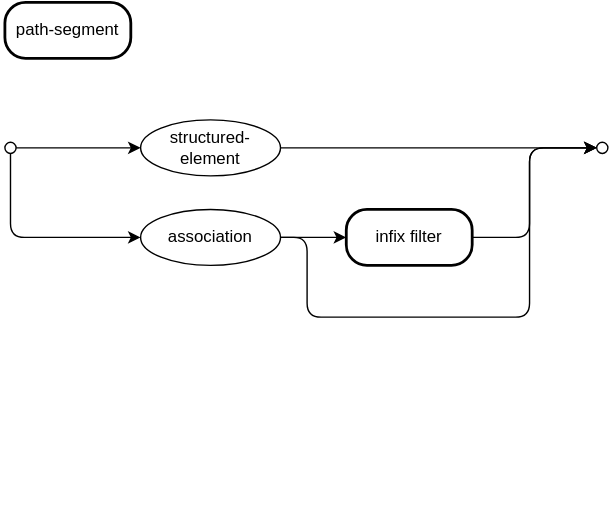
Before: assets/cxl/path-segment.drawio.svg, a diagram exported from draw.io (capire/docs). Source tidied: cells renumbered, new cells last; positions are measured from the earlier drawing's top-left corner, leaving out a move shared by most shapes.
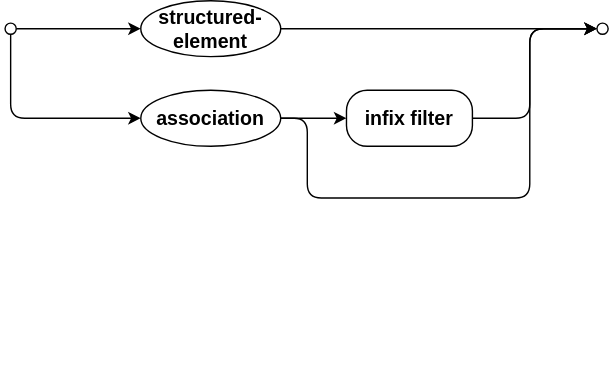
Later version of the same file.

Diff of the diagram source:
```diff
@@ -3,50 +3,47 @@
     <mxCell id="0" />
     <mxCell id="1" parent="0" />
     <mxCell id="2" value="Best viewed with the &lt;a href=&quot;https://github.com/ariel-bentu/tam-drawio&quot;&gt;TAM plugin&lt;/a&gt;" style="text;html=1;shape=tamPluginMissing;" parent="1" vertex="1">
-      <mxGeometry x="115.5" y="336" width="200" height="25" as="geometry" />
+      <mxGeometry x="164" y="336" width="200" height="25" as="geometry" />
     </mxCell>
-    <mxCell id="3" style="edgeStyle=none;html=1;" parent="1" edge="1" source="4" target="6">
+    <mxCell id="3" style="edgeStyle=none;html=1;fontStyle=1;verticalAlign=middle;fontSize=14;textDirection=ltr;strokeWidth=1;" parent="1" edge="1" source="4" target="6">
       <mxGeometry relative="1" as="geometry" />
     </mxCell>
-    <mxCell id="4" style="ellipse;whiteSpace=wrap;html=1;" parent="1" vertex="1">
+    <mxCell id="4" style="ellipse;whiteSpace=wrap;html=1;fontStyle=1;verticalAlign=middle;fontSize=14;textDirection=ltr;strokeWidth=1;" parent="1" vertex="1">
       <mxGeometry y="100" width="8" height="8" as="geometry" />
     </mxCell>
-    <mxCell id="5" style="edgeStyle=elbowEdgeStyle;html=1;labelBackgroundColor=none;rounded=1;elbow=vertical;endArrow=classic;endFill=1;align=center;exitX=0.5;exitY=1;exitDx=0;exitDy=0;entryX=0;entryY=0.5;entryDx=0;entryDy=0;" parent="1" edge="1" source="4" target="8">
+    <mxCell id="5" style="edgeStyle=elbowEdgeStyle;html=1;labelBackgroundColor=none;rounded=1;elbow=vertical;endArrow=classic;endFill=1;align=center;exitX=0.5;exitY=1;exitDx=0;exitDy=0;entryX=0;entryY=0.5;entryDx=0;entryDy=0;fontStyle=1;verticalAlign=middle;fontSize=14;textDirection=ltr;strokeWidth=1;" parent="1" edge="1" source="4" target="8">
       <mxGeometry relative="1" as="geometry">
         <Array as="points">
           <mxPoint x="52" y="168" />
         </Array>
       </mxGeometry>
     </mxCell>
-    <mxCell id="6" value="&lt;span style=&quot;color: rgb(0, 0, 0);&quot;&gt;structured-element&lt;/span&gt;" style="ellipse;whiteSpace=wrap;html=1;align=center;newEdgeStyle={&quot;edgeStyle&quot;:&quot;entityRelationEdgeStyle&quot;,&quot;startArrow&quot;:&quot;none&quot;,&quot;endArrow&quot;:&quot;none&quot;,&quot;segment&quot;:10,&quot;curved&quot;:1,&quot;sourcePerimeterSpacing&quot;:0,&quot;targetPerimeterSpacing&quot;:0};" parent="1" vertex="1">
+    <mxCell id="6" value="&lt;span style=&quot;color: rgb(0, 0, 0);&quot;&gt;structured-element&lt;/span&gt;" style="ellipse;whiteSpace=wrap;html=1;align=center;newEdgeStyle={&quot;edgeStyle&quot;:&quot;entityRelationEdgeStyle&quot;,&quot;startArrow&quot;:&quot;none&quot;,&quot;endArrow&quot;:&quot;none&quot;,&quot;segment&quot;:10,&quot;curved&quot;:1,&quot;sourcePerimeterSpacing&quot;:0,&quot;targetPerimeterSpacing&quot;:0};fontStyle=1;verticalAlign=middle;fontSize=14;textDirection=ltr;strokeWidth=1;" parent="1" vertex="1">
       <mxGeometry x="97" y="84" width="100" height="40" as="geometry" />
     </mxCell>
-    <mxCell id="7" style="edgeStyle=entityRelationEdgeStyle;html=1;startArrow=none;endArrow=classic;segment=10;curved=1;sourcePerimeterSpacing=0;targetPerimeterSpacing=0;entryX=0;entryY=0.5;entryDx=0;entryDy=0;endFill=1;" parent="1" edge="1" source="8" target="12">
+    <mxCell id="7" style="edgeStyle=entityRelationEdgeStyle;html=1;startArrow=none;endArrow=classic;segment=10;curved=1;sourcePerimeterSpacing=0;targetPerimeterSpacing=0;entryX=0;entryY=0.5;entryDx=0;entryDy=0;endFill=1;fontStyle=1;verticalAlign=middle;fontSize=14;textDirection=ltr;strokeWidth=1;" parent="1" edge="1" source="8" target="12">
       <mxGeometry relative="1" as="geometry" />
     </mxCell>
-    <mxCell id="8" value="association" style="ellipse;whiteSpace=wrap;html=1;align=center;newEdgeStyle={&quot;edgeStyle&quot;:&quot;entityRelationEdgeStyle&quot;,&quot;startArrow&quot;:&quot;none&quot;,&quot;endArrow&quot;:&quot;none&quot;,&quot;segment&quot;:10,&quot;curved&quot;:1,&quot;sourcePerimeterSpacing&quot;:0,&quot;targetPerimeterSpacing&quot;:0};" parent="1" vertex="1">
+    <mxCell id="8" value="association" style="ellipse;whiteSpace=wrap;html=1;align=center;newEdgeStyle={&quot;edgeStyle&quot;:&quot;entityRelationEdgeStyle&quot;,&quot;startArrow&quot;:&quot;none&quot;,&quot;endArrow&quot;:&quot;none&quot;,&quot;segment&quot;:10,&quot;curved&quot;:1,&quot;sourcePerimeterSpacing&quot;:0,&quot;targetPerimeterSpacing&quot;:0};fontStyle=1;verticalAlign=middle;fontSize=14;textDirection=ltr;strokeWidth=1;" parent="1" vertex="1">
       <mxGeometry x="97" y="148" width="100" height="40" as="geometry" />
     </mxCell>
-    <mxCell id="9" value="path-segment" style="rounded=1;whiteSpace=wrap;html=1;strokeWidth=2;arcSize=37;" parent="1" vertex="1">
-      <mxGeometry width="90" height="40" as="geometry" />
-    </mxCell>
-    <mxCell id="10" style="ellipse;whiteSpace=wrap;html=1;" parent="1" vertex="1">
+    <mxCell id="10" style="ellipse;whiteSpace=wrap;html=1;fontStyle=1;verticalAlign=middle;fontSize=14;textDirection=ltr;strokeWidth=1;" parent="1" vertex="1">
       <mxGeometry x="423" y="100" width="8" height="8" as="geometry" />
     </mxCell>
-    <mxCell id="11" style="edgeStyle=none;html=1;exitX=1;exitY=0.5;exitDx=0;exitDy=0;entryX=0;entryY=0.5;entryDx=0;entryDy=0;" parent="1" edge="1" source="6" target="10">
+    <mxCell id="11" style="edgeStyle=none;html=1;exitX=1;exitY=0.5;exitDx=0;exitDy=0;entryX=0;entryY=0.5;entryDx=0;entryDy=0;fontStyle=1;verticalAlign=middle;fontSize=14;textDirection=ltr;strokeWidth=1;" parent="1" edge="1" source="6" target="10">
       <mxGeometry relative="1" as="geometry" />
     </mxCell>
-    <mxCell id="12" value="infix filter" style="rounded=1;whiteSpace=wrap;html=1;strokeWidth=2;arcSize=37;" parent="1" vertex="1">
+    <mxCell id="12" value="infix filter" style="rounded=1;whiteSpace=wrap;html=1;strokeWidth=1;arcSize=37;fontStyle=1;verticalAlign=middle;fontSize=14;textDirection=ltr;" parent="1" vertex="1">
       <mxGeometry x="244" y="148" width="90" height="40" as="geometry" />
     </mxCell>
-    <mxCell id="13" style="edgeStyle=elbowEdgeStyle;html=1;labelBackgroundColor=none;rounded=1;elbow=horizontal;endArrow=classic;endFill=1;align=left;exitX=1;exitY=0.5;exitDx=0;exitDy=0;entryX=0;entryY=0.5;entryDx=0;entryDy=0;" parent="1" edge="1" source="12" target="10">
+    <mxCell id="13" style="edgeStyle=elbowEdgeStyle;html=1;labelBackgroundColor=none;rounded=1;elbow=horizontal;endArrow=classic;endFill=1;align=left;exitX=1;exitY=0.5;exitDx=0;exitDy=0;entryX=0;entryY=0.5;entryDx=0;entryDy=0;fontStyle=1;verticalAlign=middle;fontSize=14;textDirection=ltr;strokeWidth=1;" parent="1" edge="1" source="12" target="10">
       <mxGeometry relative="1" as="geometry">
         <Array as="points">
           <mxPoint x="375" y="137" />
         </Array>
       </mxGeometry>
     </mxCell>
-    <mxCell id="14" style="edgeStyle=orthogonalEdgeStyle;rounded=1;jettySize=auto;html=1;exitX=1;exitY=0.5;exitDx=0;exitDy=0;entryX=0;entryY=0.5;entryDx=0;entryDy=0;startArrow=none;startFill=0;endArrow=classic;endFill=1;startSize=6;endSize=6;align=center;fontSize=12;labelBackgroundColor=none;" parent="1" edge="1" source="8" target="10">
+    <mxCell id="14" style="edgeStyle=orthogonalEdgeStyle;rounded=1;jettySize=auto;html=1;exitX=1;exitY=0.5;exitDx=0;exitDy=0;entryX=0;entryY=0.5;entryDx=0;entryDy=0;startArrow=none;startFill=0;endArrow=classic;endFill=1;startSize=6;endSize=6;align=center;fontSize=14;labelBackgroundColor=none;fontStyle=1;verticalAlign=middle;textDirection=ltr;strokeWidth=1;" parent="1" edge="1" source="8" target="10">
       <mxGeometry relative="1" as="geometry">
         <Array as="points">
           <mxPoint x="216" y="168" />
```
